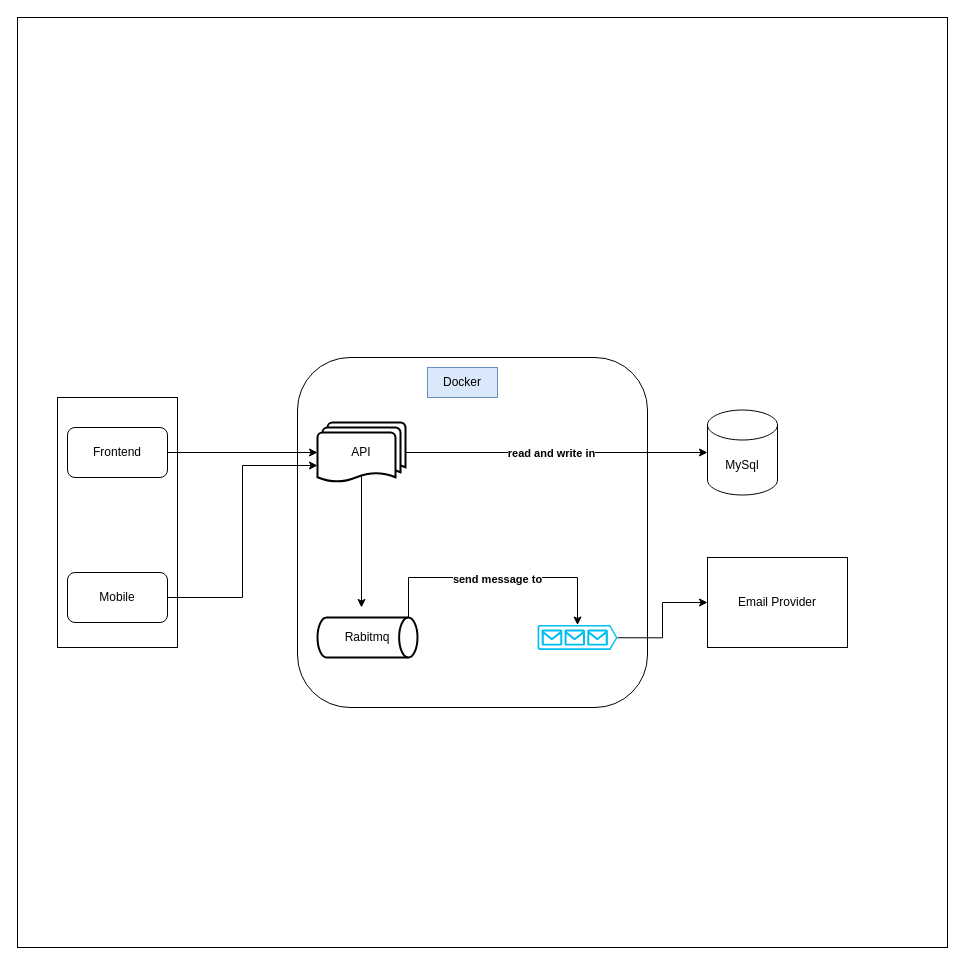
The draw.io diagram src/main/java/com/cantanhede/ds/zipzapshorter/doc/FlowDocumentation.drawio in MateusCantanhede/zipzapshorter, before the edit. Source tidied: cells renumbered, new cells numbered last; positions are measured from the earlier drawing's top-left corner, leaving out a move shared by most shapes. Both pictures are drawn from the tidied source at 100%, with x=0, y=0 at pixel (17, 17).
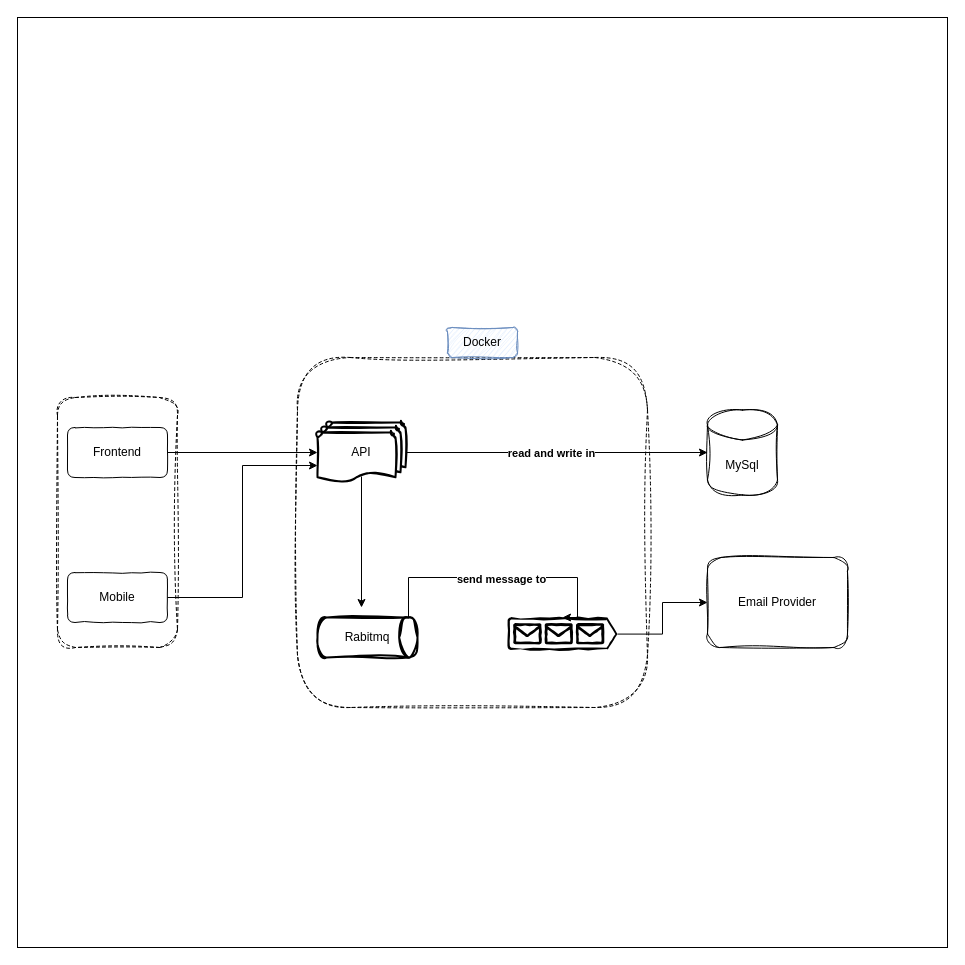
The same page after the edit.

Diff of the diagram source:
```diff
@@
-    <mxCell id="2" style="whiteSpace=wrap;html=1;" parent="1" vertex="1">
-      <mxGeometry width="930" height="930" as="geometry" />
-    </mxCell>
-    <mxCell id="3" style="rounded=1;whiteSpace=wrap;html=1;align=center;" parent="1" vertex="1">
-      <mxGeometry x="280" y="340" width="350" height="350" as="geometry" />
-    </mxCell>
-    <mxCell id="4" style="rounded=0;whiteSpace=wrap;html=1;" parent="1" vertex="1">
-      <mxGeometry x="40" y="380" width="120" height="250" as="geometry" />
-    </mxCell>
+    <mxCell id="21" style="whiteSpace=wrap;html=1;textShadow=0;labelBorderColor=none;gradientColor=none;rounded=0;" parent="1" vertex="1">
+      <mxGeometry width="930" height="930" as="geometry" />
+    </mxCell>
+    <mxCell id="22" style="rounded=1;whiteSpace=wrap;html=1;align=center;textShadow=0;labelBorderColor=none;sketch=1;curveFitting=1;jiggle=2;dashed=1;" parent="1" vertex="1">
+      <mxGeometry x="280" y="340" width="350" height="350" as="geometry" />
+    </mxCell>
+    <mxCell id="23" style="rounded=1;whiteSpace=wrap;html=1;textShadow=0;labelBorderColor=none;dashed=1;sketch=1;curveFitting=1;jiggle=2;" parent="1" vertex="1">
+      <mxGeometry x="40" y="380" width="120" height="250" as="geometry" />
+    </mxCell>
-    <mxCell id="5" style="edgeStyle=orthogonalEdgeStyle;rounded=0;jettySize=auto;html=1;exitX=1;exitY=0.5;exitDx=0;exitDy=0;orthogonal=0;noJump=0;enumerate=0;comic=0;flowAnimation=1;" parent="1" edge="1" source="6" target="12">
+    <mxCell id="5" style="edgeStyle=orthogonalEdgeStyle;rounded=0;jettySize=auto;html=1;exitX=1;exitY=0.5;exitDx=0;exitDy=0;orthogonal=0;noJump=0;enumerate=0;comic=0;flowAnimation=1;textShadow=0;labelBorderColor=none;" parent="1" edge="1" source="6" target="12">
       <mxGeometry relative="1" as="geometry" />
     </mxCell>
-    <mxCell id="6" value="Frontend" style="rounded=1;whiteSpace=wrap;html=1;" parent="1" vertex="1">
+    <mxCell id="6" value="Frontend" style="rounded=1;whiteSpace=wrap;html=1;textShadow=0;labelBorderColor=none;comic=1;jiggle=1;" parent="1" vertex="1">
       <mxGeometry x="50" y="410" width="100" height="50" as="geometry" />
     </mxCell>
-    <mxCell id="7" value="Mobile" style="rounded=1;whiteSpace=wrap;html=1;" parent="1" vertex="1">
+    <mxCell id="7" value="Mobile" style="rounded=1;whiteSpace=wrap;html=1;textShadow=0;labelBorderColor=none;comic=1;" parent="1" vertex="1">
       <mxGeometry x="50" y="555" width="100" height="50" as="geometry" />
     </mxCell>
-    <mxCell id="8" value="MySql" style="shape=cylinder3;whiteSpace=wrap;html=1;boundedLbl=1;backgroundOutline=1;size=15;" parent="1" vertex="1">
+    <mxCell id="8" value="MySql" style="shape=cylinder3;whiteSpace=wrap;html=1;boundedLbl=1;backgroundOutline=1;size=15;textShadow=0;labelBorderColor=none;gradientColor=none;sketch=1;curveFitting=1;jiggle=2;enumerate=0;" parent="1" vertex="1">
       <mxGeometry x="690" y="392.5" width="70" height="85" as="geometry" />
     </mxCell>
-    <mxCell id="9" style="edgeStyle=orthogonalEdgeStyle;rounded=0;jettySize=auto;html=1;exitX=0.5;exitY=0.88;exitDx=0;exitDy=0;exitPerimeter=0;orthogonal=0;noJump=0;enumerate=0;comic=0;flowAnimation=1;" parent="1" edge="1" source="12">
-      <mxGeometry relative="1" as="geometry">
-        <mxPoint x="344" y="590" as="targetPoint" />
-      </mxGeometry>
-    </mxCell>
+    <mxCell id="24" style="edgeStyle=orthogonalEdgeStyle;rounded=0;jettySize=auto;html=1;exitX=0.5;exitY=0.88;exitDx=0;exitDy=0;exitPerimeter=0;orthogonal=0;noJump=0;enumerate=0;comic=0;flowAnimation=1;textShadow=0;labelBorderColor=none;" parent="1" edge="1" source="12">
+      <mxGeometry relative="1" as="geometry">
+        <mxPoint x="344" y="590" as="targetPoint" />
+      </mxGeometry>
+    </mxCell>
-    <mxCell id="10" style="edgeStyle=orthogonalEdgeStyle;rounded=0;jettySize=auto;html=1;exitX=1;exitY=0.5;exitDx=0;exitDy=0;exitPerimeter=0;orthogonal=0;noJump=0;enumerate=0;comic=0;flowAnimation=1;" parent="1" edge="1" source="12" target="8">
+    <mxCell id="10" style="edgeStyle=orthogonalEdgeStyle;rounded=0;jettySize=auto;html=1;exitX=1;exitY=0.5;exitDx=0;exitDy=0;exitPerimeter=0;orthogonal=0;noJump=0;enumerate=0;comic=0;flowAnimation=1;textShadow=0;labelBorderColor=none;" parent="1" edge="1" source="12" target="8">
       <mxGeometry relative="1" as="geometry" />
     </mxCell>
-    <mxCell id="11" value="&lt;b&gt;read and write in&lt;/b&gt;" style="edgeLabel;html=1;align=center;verticalAlign=middle;" parent="10" vertex="1">
+    <mxCell id="11" value="&lt;b&gt;read and write in&lt;/b&gt;" style="edgeLabel;html=1;align=center;verticalAlign=middle;textShadow=0;labelBorderColor=none;" parent="10" vertex="1">
       <mxGeometry x="-0.04" relative="1" as="geometry" />
     </mxCell>
-    <mxCell id="12" value="API" style="strokeWidth=2;html=1;shape=mxgraph.flowchart.multi-document;whiteSpace=wrap;" parent="1" vertex="1">
+    <mxCell id="12" value="API" style="strokeWidth=2;html=1;shape=mxgraph.flowchart.multi-document;whiteSpace=wrap;textShadow=0;labelBorderColor=none;sketch=1;curveFitting=1;jiggle=2;enumerate=0;snapToPoint=0;" parent="1" vertex="1">
       <mxGeometry x="300" y="405" width="88" height="60" as="geometry" />
     </mxCell>
-    <mxCell id="13" value="Rabitmq" style="strokeWidth=2;html=1;shape=mxgraph.flowchart.direct_data;whiteSpace=wrap;" parent="1" vertex="1">
+    <mxCell id="13" value="Rabitmq" style="strokeWidth=2;html=1;shape=mxgraph.flowchart.direct_data;whiteSpace=wrap;textShadow=0;labelBorderColor=none;sketch=1;curveFitting=1;jiggle=2;shadow=0;" parent="1" vertex="1">
       <mxGeometry x="300" y="600" width="100" height="40" as="geometry" />
     </mxCell>
-    <mxCell id="14" style="edgeStyle=orthogonalEdgeStyle;rounded=0;jettySize=auto;html=1;exitX=1;exitY=0.51;exitDx=0;exitDy=0;exitPerimeter=0;entryX=0;entryY=0.5;entryDx=0;entryDy=0;flowAnimation=1;" parent="1" edge="1" source="15" target="20">
-      <mxGeometry relative="1" as="geometry" />
-    </mxCell>
-    <mxCell id="15" style="verticalLabelPosition=bottom;html=1;verticalAlign=top;align=center;strokeColor=none;fillColor=#00BEF2;shape=mxgraph.azure.queue_generic;" parent="1" vertex="1">
-      <mxGeometry x="520" y="607.5" width="80" height="25" as="geometry" />
-    </mxCell>
+    <mxCell id="25" style="edgeStyle=orthogonalEdgeStyle;rounded=0;jettySize=auto;html=1;exitX=1;exitY=0.51;exitDx=0;exitDy=0;exitPerimeter=0;entryX=0;entryY=0.5;entryDx=0;entryDy=0;flowAnimation=1;textShadow=0;labelBorderColor=none;" parent="1" edge="1" source="26" target="20">
+      <mxGeometry relative="1" as="geometry" />
+    </mxCell>
+    <mxCell id="26" style="verticalLabelPosition=bottom;html=1;verticalAlign=top;align=center;strokeColor=none;fillColor=#000000;shape=mxgraph.azure.queue_generic;textShadow=0;labelBorderColor=none;gradientColor=none;fillStyle=auto;noLabel=0;comic=1;" parent="1" vertex="1">
+      <mxGeometry x="490" y="600" width="110" height="32.5" as="geometry" />
+    </mxCell>
-    <mxCell id="16" value="Docker" style="rounded=0;whiteSpace=wrap;html=1;fillColor=#dae8fc;strokeColor=#6c8ebf;" parent="1" vertex="1">
-      <mxGeometry x="410" y="350" width="70" height="30" as="geometry" />
+    <mxCell id="16" value="Docker" style="rounded=1;whiteSpace=wrap;html=1;fillColor=#dae8fc;strokeColor=#6c8ebf;textShadow=0;labelBorderColor=none;comic=1;sketch=1;curveFitting=1;jiggle=2;shadow=0;glass=0;" parent="1" vertex="1">
+      <mxGeometry x="430" y="310" width="70" height="30" as="geometry" />
     </mxCell>
-    <mxCell id="17" style="edgeStyle=orthogonalEdgeStyle;rounded=0;jettySize=auto;html=1;exitX=0.91;exitY=0;exitDx=0;exitDy=0;exitPerimeter=0;entryX=0.5;entryY=0;entryDx=0;entryDy=0;entryPerimeter=0;orthogonal=0;noJump=0;enumerate=0;comic=0;flowAnimation=1;" parent="1" edge="1" source="13" target="15">
-      <mxGeometry relative="1" as="geometry">
-        <Array as="points">
-          <mxPoint x="391" y="560" />
-          <mxPoint x="560" y="560" />
-        </Array>
-      </mxGeometry>
-    </mxCell>
+    <mxCell id="27" style="edgeStyle=orthogonalEdgeStyle;rounded=0;jettySize=auto;html=1;exitX=0.91;exitY=0;exitDx=0;exitDy=0;exitPerimeter=0;entryX=0.5;entryY=0;entryDx=0;entryDy=0;entryPerimeter=0;orthogonal=0;noJump=0;enumerate=0;comic=0;flowAnimation=1;textShadow=0;labelBorderColor=none;" parent="1" edge="1" source="13" target="26">
+      <mxGeometry relative="1" as="geometry">
+        <Array as="points">
+          <mxPoint x="391" y="560" />
+          <mxPoint x="560" y="560" />
+        </Array>
+      </mxGeometry>
+    </mxCell>
-    <mxCell id="18" value="&lt;b&gt;send message to&lt;/b&gt;" style="edgeLabel;html=1;align=center;verticalAlign=middle;" parent="17" vertex="1">
+    <mxCell id="18" value="&lt;b&gt;send message to&lt;/b&gt;" style="edgeLabel;html=1;align=center;verticalAlign=middle;textShadow=0;labelBorderColor=none;" parent="27" vertex="1">
       <mxGeometry y="-1" relative="1" as="geometry" />
     </mxCell>
-    <mxCell id="19" style="edgeStyle=orthogonalEdgeStyle;rounded=0;jettySize=auto;html=1;exitX=1;exitY=0.5;exitDx=0;exitDy=0;entryX=0;entryY=0.717;entryDx=0;entryDy=0;entryPerimeter=0;flowAnimation=1;" parent="1" edge="1" source="7" target="12">
+    <mxCell id="19" style="edgeStyle=orthogonalEdgeStyle;rounded=0;jettySize=auto;html=1;exitX=1;exitY=0.5;exitDx=0;exitDy=0;entryX=0;entryY=0.717;entryDx=0;entryDy=0;entryPerimeter=0;flowAnimation=1;textShadow=0;labelBorderColor=none;" parent="1" edge="1" source="7" target="12">
       <mxGeometry relative="1" as="geometry" />
     </mxCell>
-    <mxCell id="20" value="Email Provider" style="rounded=0;whiteSpace=wrap;html=1;" parent="1" vertex="1">
+    <mxCell id="20" value="Email Provider" style="rounded=1;whiteSpace=wrap;html=1;textShadow=0;labelBorderColor=none;glass=0;sketch=1;curveFitting=1;jiggle=2;" parent="1" vertex="1">
       <mxGeometry x="690" y="540" width="140" height="90" as="geometry" />
     </mxCell>
```
